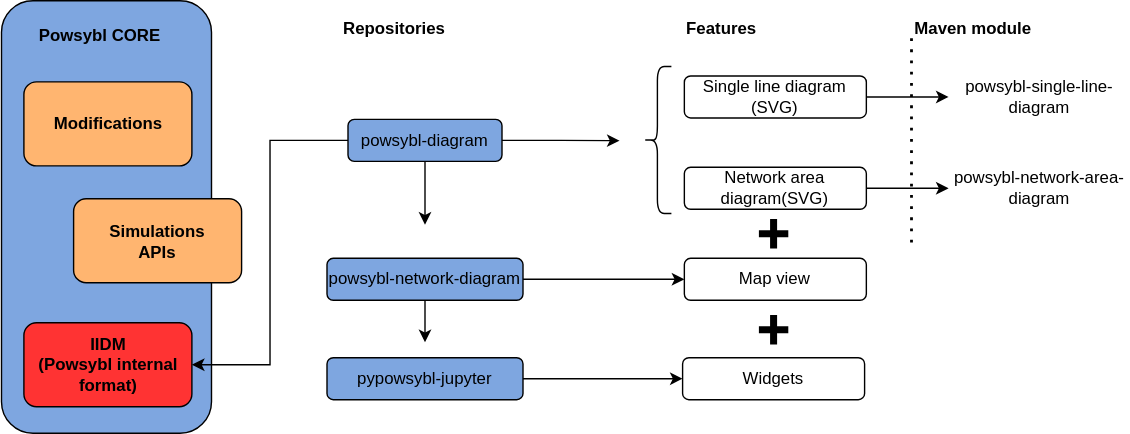
The draw.io diagram docs/_static/img/visualization.svg in powsybl/.github, before a commit. Source tidied: cells renumbered, new cells last; positions are measured from the earlier drawing's top-left corner, leaving out a move shared by most shapes.
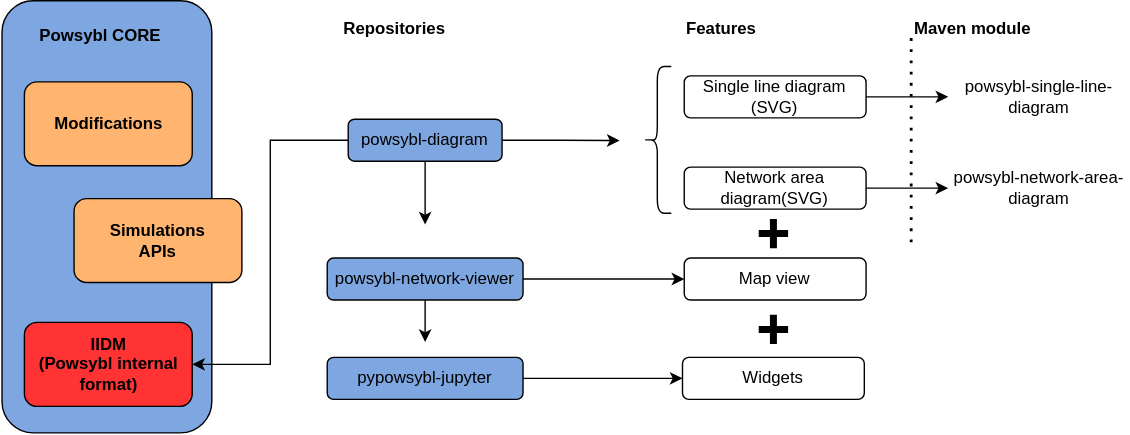
After the change.

Change to the diagram source:
```diff
@@ -2,11 +2,11 @@
   <root>
     <mxCell id="0" />
     <mxCell id="1" parent="0" />
-    <mxCell id="2" style="endArrow=none;dashed=1;html=1;dashPattern=1 3;strokeWidth=2;rounded=0;exitX=0;exitY=0.75;exitDx=0;exitDy=0;" parent="1" edge="1" source="3">
-      <mxGeometry relative="1" as="geometry">
-        <mxPoint x="730" y="174" as="targetPoint" />
-      </mxGeometry>
-    </mxCell>
+    <mxCell id="31" style="endArrow=none;dashed=1;html=1;dashPattern=1 3;strokeWidth=2;rounded=0;exitX=0;exitY=0.75;exitDx=0;exitDy=0;" parent="1" edge="1" source="3">
+      <mxGeometry relative="1" as="geometry">
+        <mxPoint x="730" y="174" as="targetPoint" />
+      </mxGeometry>
+    </mxCell>
     <mxCell id="3" value="&lt;div align=&quot;left&quot;&gt;&lt;b&gt;Maven module&lt;/b&gt;&lt;/div&gt;" style="text;html=1;whiteSpace=wrap;strokeColor=none;fillColor=none;align=left;verticalAlign=middle;rounded=0;" parent="1" vertex="1">
       <mxGeometry x="730" y="-0.2" width="120" height="30" as="geometry" />
     </mxCell>
@@ -28,30 +28,30 @@
     <mxCell id="9" value="powsybl-network-area-diagram" style="text;html=1;whiteSpace=wrap;strokeColor=none;fillColor=none;align=center;verticalAlign=middle;rounded=0;" parent="1" vertex="1">
       <mxGeometry x="756" y="114" width="130" height="30" as="geometry" />
     </mxCell>
-    <mxCell id="10" style="edgeStyle=orthogonalEdgeStyle;rounded=0;jettySize=auto;html=1;exitX=0.5;exitY=1;exitDx=0;exitDy=0;" parent="1" edge="1" source="12">
-      <mxGeometry relative="1" as="geometry">
-        <mxPoint x="382" y="155" as="targetPoint" />
-      </mxGeometry>
-    </mxCell>
-    <mxCell id="11" style="edgeStyle=orthogonalEdgeStyle;rounded=0;jettySize=auto;html=1;" parent="1" edge="1" source="12">
-      <mxGeometry relative="1" as="geometry">
-        <mxPoint x="521" y="95" as="targetPoint" />
-      </mxGeometry>
-    </mxCell>
+    <mxCell id="32" style="edgeStyle=orthogonalEdgeStyle;rounded=0;jettySize=auto;html=1;exitX=0.5;exitY=1;exitDx=0;exitDy=0;" parent="1" edge="1" source="12">
+      <mxGeometry relative="1" as="geometry">
+        <mxPoint x="382" y="155" as="targetPoint" />
+      </mxGeometry>
+    </mxCell>
+    <mxCell id="33" style="edgeStyle=orthogonalEdgeStyle;rounded=0;jettySize=auto;html=1;" parent="1" edge="1" source="12">
+      <mxGeometry relative="1" as="geometry">
+        <mxPoint x="521" y="95" as="targetPoint" />
+      </mxGeometry>
+    </mxCell>
     <mxCell id="12" value="powsybl-diagram" style="rounded=1;whiteSpace=wrap;html=1;fillColor=#7EA6E0;" parent="1" vertex="1">
       <mxGeometry x="327" y="79.8" width="110" height="30" as="geometry" />
     </mxCell>
-    <mxCell id="13" style="edgeStyle=orthogonalEdgeStyle;rounded=0;jettySize=auto;html=1;" parent="1" edge="1" source="15">
-      <mxGeometry relative="1" as="geometry">
-        <mxPoint x="382" y="239" as="targetPoint" />
-      </mxGeometry>
-    </mxCell>
-    <mxCell id="14" style="edgeStyle=orthogonalEdgeStyle;rounded=0;jettySize=auto;html=1;entryX=0;entryY=0.5;entryDx=0;entryDy=0;" parent="1" edge="1" source="15" target="23">
-      <mxGeometry relative="1" as="geometry" />
-    </mxCell>
-    <mxCell id="15" value="powsybl-network-diagram" style="rounded=1;whiteSpace=wrap;html=1;fillColor=#7EA6E0;" parent="1" vertex="1">
-      <mxGeometry x="312" y="179" width="140" height="30" as="geometry" />
-    </mxCell>
+    <mxCell id="34" style="edgeStyle=orthogonalEdgeStyle;rounded=0;jettySize=auto;html=1;" parent="1" edge="1" source="36">
+      <mxGeometry relative="1" as="geometry">
+        <mxPoint x="382" y="239" as="targetPoint" />
+      </mxGeometry>
+    </mxCell>
+    <mxCell id="35" style="edgeStyle=orthogonalEdgeStyle;rounded=0;jettySize=auto;html=1;entryX=0;entryY=0.5;entryDx=0;entryDy=0;" parent="1" edge="1" source="36" target="23">
+      <mxGeometry relative="1" as="geometry" />
+    </mxCell>
+    <mxCell id="36" value="powsybl-network-viewer" style="rounded=1;whiteSpace=wrap;html=1;fillColor=#7EA6E0;" parent="1" vertex="1">
+      <mxGeometry x="312" y="179" width="140" height="30" as="geometry" />
+    </mxCell>
     <mxCell id="16" style="edgeStyle=orthogonalEdgeStyle;rounded=0;jettySize=auto;html=1;" parent="1" edge="1" source="17" target="29">
       <mxGeometry relative="1" as="geometry" />
     </mxCell>
```
